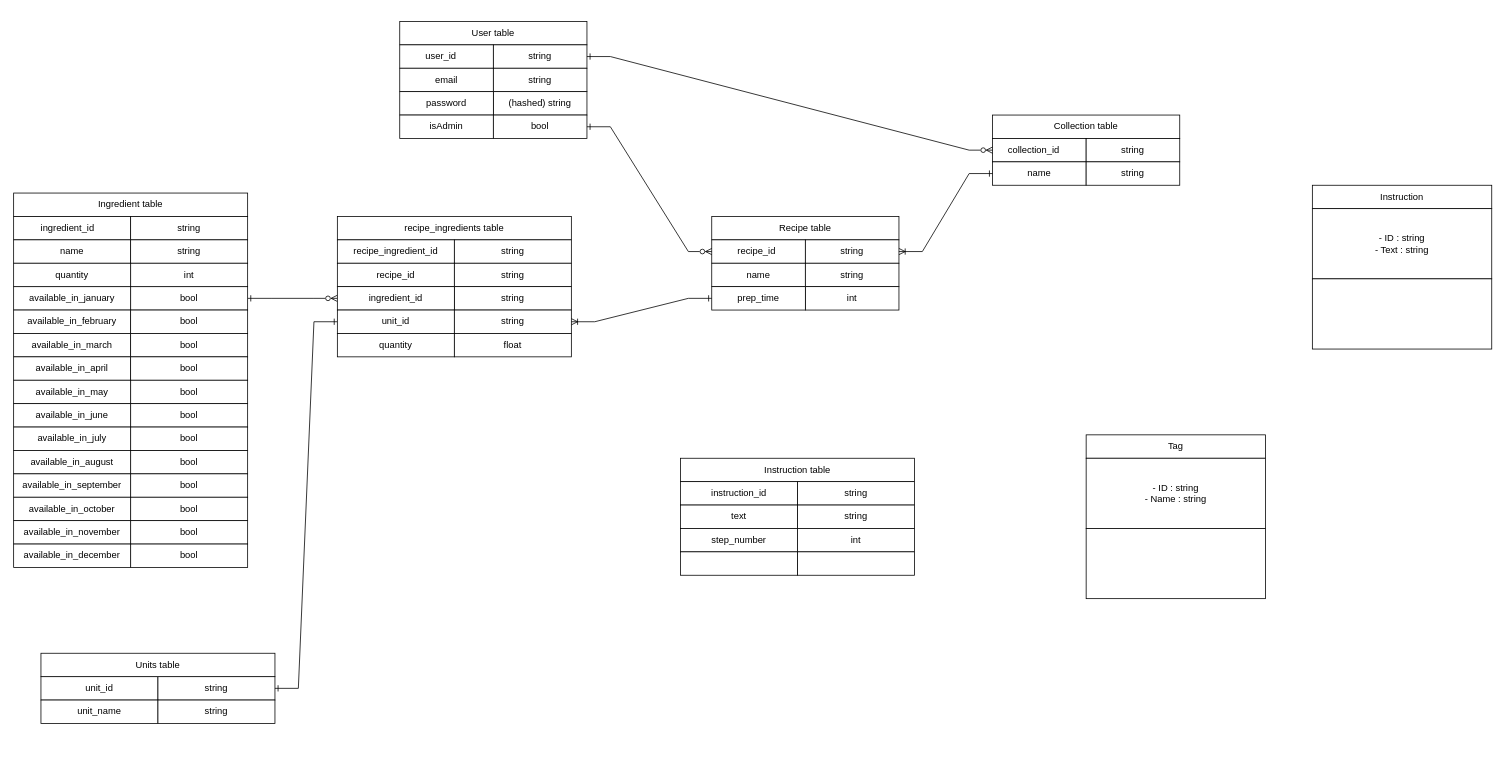
This is part3/5_components_-_classes_-_database_design/ERDiagram.drawio from jmitchell35/holbertonschool-portfolio_project, a draw.io file, before an edit. Source tidied: cells renumbered, new cells numbered last; positions are measured from the earlier drawing's top-left corner, leaving out a move shared by most shapes. Both pictures are drawn from the tidied source at 78%, with x=0, y=0 at pixel (13, 13).
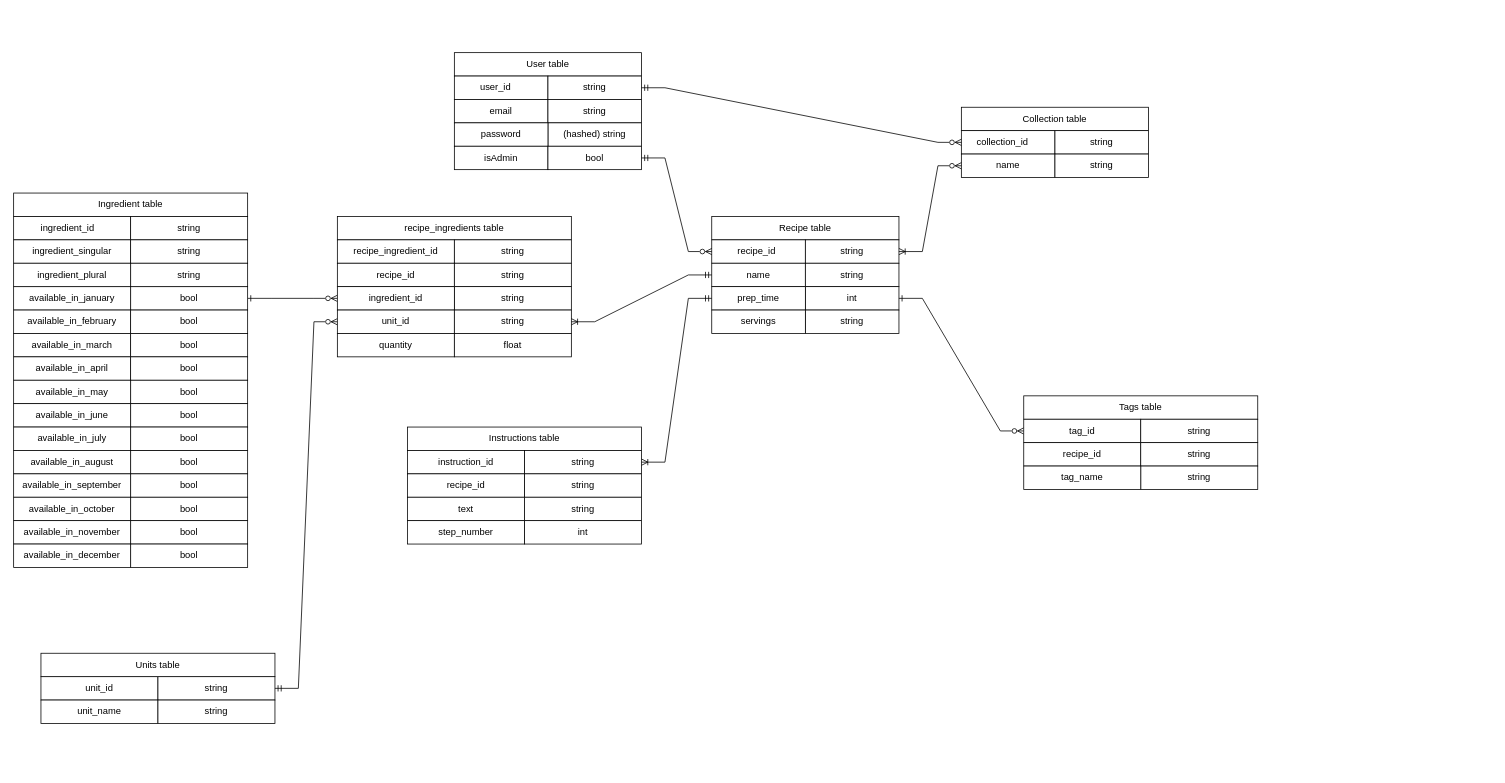
The same page after the edit.

Unchanged cells that the change refers to:
```xml
<mxCell id="15" value="string" style="rounded=0;whiteSpace=wrap;html=1;" parent="12" vertex="1">
  <mxGeometry x="20" y="40" width="120" height="30" as="geometry" />
</mxCell>
<mxCell id="21" value="bool" style="rounded=0;whiteSpace=wrap;html=1;" parent="12" vertex="1">
  <mxGeometry x="20" y="130" width="120" height="30" as="geometry" />
</mxCell>
<mxCell id="24" value="collection_id&lt;span style=&quot;white-space: pre;&quot;&gt;&#9;&lt;/span&gt;" style="rounded=0;whiteSpace=wrap;html=1;" parent="22" vertex="1">
  <mxGeometry y="30" width="120" height="30" as="geometry" />
</mxCell>
<mxCell id="26" value="name" style="rounded=0;whiteSpace=wrap;html=1;" parent="22" vertex="1">
  <mxGeometry y="60" width="120" height="30" as="geometry" />
</mxCell>
<mxCell id="29" style="group;" parent="1" vertex="1">
  <mxGeometry x="895" y="260" width="240" height="210" as="geometry" />
</mxCell>
<mxCell id="31" value="recipe_id&lt;span style=&quot;white-space: pre;&quot;&gt;&#9;&lt;/span&gt;" style="rounded=0;whiteSpace=wrap;html=1;" parent="29" vertex="1">
  <mxGeometry y="30" width="120" height="30" as="geometry" />
</mxCell>
<mxCell id="32" value="string" style="rounded=0;whiteSpace=wrap;html=1;" parent="29" vertex="1">
  <mxGeometry x="120" y="30" width="120" height="30" as="geometry" />
</mxCell>
<mxCell id="33" value="name" style="rounded=0;whiteSpace=wrap;html=1;" parent="29" vertex="1">
  <mxGeometry y="60" width="120" height="30" as="geometry" />
</mxCell>
<mxCell id="35" value="int" style="rounded=0;whiteSpace=wrap;html=1;" parent="29" vertex="1">
  <mxGeometry x="120" y="90" width="120" height="30" as="geometry" />
</mxCell>
<mxCell id="36" value="prep_time" style="rounded=0;whiteSpace=wrap;html=1;" parent="29" vertex="1">
  <mxGeometry y="90" width="120" height="30" as="geometry" />
</mxCell>
<mxCell id="43" value="string" style="rounded=0;whiteSpace=wrap;html=1;" parent="40" vertex="1">
  <mxGeometry x="150" y="30" width="150" height="30" as="geometry" />
</mxCell>
<mxCell id="52" value="string" style="rounded=0;whiteSpace=wrap;html=1;" parent="50" vertex="1">
  <mxGeometry x="150" y="30" width="150" height="30" as="geometry" />
</mxCell>
<mxCell id="65" value="unit_id" style="rounded=0;whiteSpace=wrap;html=1;" parent="57" vertex="1">
  <mxGeometry y="120" width="150" height="30" as="geometry" />
</mxCell>
<mxCell id="66" value="string" style="rounded=0;whiteSpace=wrap;html=1;" parent="57" vertex="1">
  <mxGeometry x="150" y="120" width="150" height="30" as="geometry" />
</mxCell>
<mxCell id="67" style="group;" parent="1" vertex="1">
  <mxGeometry y="230" width="300" height="480" as="geometry" />
</mxCell>
```

The edit, as a diff of the source:
```diff
@@
-    <mxCell id="2" style="group;" parent="1" vertex="1">
-      <mxGeometry x="1375" y="540" width="230" height="210" as="geometry" />
-    </mxCell>
-    <mxCell id="3" style="edgeStyle=orthogonalEdgeStyle;rounded=0;jettySize=auto;html=1;" parent="2" edge="1" source="4">
-      <mxGeometry relative="1" as="geometry">
-        <mxPoint x="115" y="120" as="targetPoint" />
-      </mxGeometry>
-    </mxCell>
-    <mxCell id="4" value="Tag" style="rounded=0;whiteSpace=wrap;html=1;" parent="2" vertex="1">
-      <mxGeometry width="230" height="30" as="geometry" />
-    </mxCell>
-    <mxCell id="5" value="&lt;div&gt;- ID : string&lt;/div&gt;&lt;div&gt;- Name : string&lt;/div&gt;" style="rounded=0;whiteSpace=wrap;html=1;" parent="2" vertex="1">
-      <mxGeometry y="30" width="230" height="90" as="geometry" />
-    </mxCell>
-    <mxCell id="6" style="rounded=0;whiteSpace=wrap;html=1;" parent="2" vertex="1">
-      <mxGeometry y="120" width="230" height="90" as="geometry" />
-    </mxCell>
-    <mxCell id="7" style="group;" parent="1" vertex="1">
-      <mxGeometry x="1665" y="220" width="230" height="210" as="geometry" />
-    </mxCell>
-    <mxCell id="8" style="edgeStyle=orthogonalEdgeStyle;rounded=0;jettySize=auto;html=1;" parent="7" edge="1" source="9">
-      <mxGeometry relative="1" as="geometry">
-        <mxPoint x="115" y="120" as="targetPoint" />
-      </mxGeometry>
-    </mxCell>
-    <mxCell id="9" value="Instruction" style="rounded=0;whiteSpace=wrap;html=1;" parent="7" vertex="1">
-      <mxGeometry width="230" height="30" as="geometry" />
-    </mxCell>
-    <mxCell id="10" value="&lt;div&gt;- ID : string&lt;/div&gt;&lt;div&gt;- Text : string&lt;/div&gt;" style="rounded=0;whiteSpace=wrap;html=1;" parent="7" vertex="1">
-      <mxGeometry y="30" width="230" height="90" as="geometry" />
-    </mxCell>
-    <mxCell id="11" style="rounded=0;whiteSpace=wrap;html=1;" parent="7" vertex="1">
-      <mxGeometry y="120" width="230" height="90" as="geometry" />
-    </mxCell>
     <mxCell id="12" style="group;" parent="1" vertex="1">
-      <mxGeometry x="595" width="240" height="210" as="geometry" />
+      <mxGeometry x="665" y="40" width="240" height="210" as="geometry" />
     </mxCell>
@@
     <mxCell id="22" style="group;" parent="1" vertex="1">
-      <mxGeometry x="1255" y="130" width="240" height="377" as="geometry" />
+      <mxGeometry x="1215" y="120" width="240" height="377" as="geometry" />
     </mxCell>
@@
-    <mxCell id="28" style="edgeStyle=entityRelationEdgeStyle;fontSize=12;html=1;endArrow=ERzeroToMany;rounded=0;exitX=1;exitY=0.5;exitDx=0;exitDy=0;entryX=0;entryY=0.5;entryDx=0;entryDy=0;startArrow=ERone;startFill=0;endFill=0;" parent="1" edge="1" source="15" target="24">
+    <mxCell id="28" style="edgeStyle=entityRelationEdgeStyle;fontSize=12;html=1;endArrow=ERzeroToMany;rounded=0;exitX=1;exitY=0.5;exitDx=0;exitDy=0;entryX=0;entryY=0.5;entryDx=0;entryDy=0;startArrow=ERmandOne;startFill=0;endFill=0;" parent="1" edge="1" source="15" target="24">
       <mxGeometry relative="1" as="geometry" />
     </mxCell>
@@
+    <mxCell id="102" value="string" style="rounded=0;whiteSpace=wrap;html=1;" parent="29" vertex="1">
+      <mxGeometry x="120" y="120" width="120" height="30" as="geometry" />
+    </mxCell>
+    <mxCell id="103" value="servings" style="rounded=0;whiteSpace=wrap;html=1;" parent="29" vertex="1">
+      <mxGeometry y="120" width="120" height="30" as="geometry" />
+    </mxCell>
-    <mxCell id="37" style="edgeStyle=entityRelationEdgeStyle;fontSize=12;html=1;endArrow=ERoneToMany;rounded=0;exitX=0;exitY=0.5;exitDx=0;exitDy=0;entryX=1;entryY=0.5;entryDx=0;entryDy=0;startArrow=ERone;startFill=0;" parent="1" edge="1" source="26" target="32">
+    <mxCell id="37" style="edgeStyle=entityRelationEdgeStyle;fontSize=12;html=1;endArrow=ERoneToMany;rounded=0;exitX=0;exitY=0.5;exitDx=0;exitDy=0;entryX=1;entryY=0.5;entryDx=0;entryDy=0;startArrow=ERzeroToMany;startFill=0;endFill=0;" parent="1" edge="1" source="26" target="32">
       <mxGeometry relative="1" as="geometry" />
     </mxCell>
-    <mxCell id="38" style="edgeStyle=entityRelationEdgeStyle;fontSize=12;html=1;endArrow=ERzeroToMany;rounded=0;exitX=1;exitY=0.5;exitDx=0;exitDy=0;entryX=0;entryY=0.5;entryDx=0;entryDy=0;startArrow=ERone;startFill=0;endFill=0;" parent="1" edge="1" source="21" target="31">
+    <mxCell id="38" style="edgeStyle=entityRelationEdgeStyle;fontSize=12;html=1;endArrow=ERzeroToMany;rounded=0;exitX=1;exitY=0.5;exitDx=0;exitDy=0;entryX=0;entryY=0.5;entryDx=0;entryDy=0;startArrow=ERmandOne;startFill=0;endFill=0;" parent="1" edge="1" source="21" target="31">
       <mxGeometry relative="1" as="geometry" />
     </mxCell>
@@
     <mxCell id="40" style="group;" parent="1" vertex="1">
-      <mxGeometry x="855" y="570" width="300" height="150" as="geometry" />
+      <mxGeometry x="505" y="530" width="300" height="150" as="geometry" />
     </mxCell>
-    <mxCell id="41" value="Instruction table" style="rounded=0;whiteSpace=wrap;html=1;" parent="40" vertex="1">
+    <mxCell id="41" value="Instructions table" style="rounded=0;whiteSpace=wrap;html=1;" parent="40" vertex="1">
       <mxGeometry width="300" height="30" as="geometry" />
     </mxCell>
@@
-    <mxCell id="44" value="text" style="rounded=0;whiteSpace=wrap;html=1;" parent="40" vertex="1">
+    <mxCell id="44" value="recipe_id" style="rounded=0;whiteSpace=wrap;html=1;" parent="40" vertex="1">
       <mxGeometry y="60" width="150" height="30" as="geometry" />
     </mxCell>
@@
-    <mxCell id="46" value="int" style="rounded=0;whiteSpace=wrap;html=1;" parent="40" vertex="1">
+    <mxCell id="46" value="string" style="rounded=0;whiteSpace=wrap;html=1;" parent="40" vertex="1">
       <mxGeometry x="150" y="90" width="150" height="30" as="geometry" />
     </mxCell>
-    <mxCell id="47" value="step_number" style="rounded=0;whiteSpace=wrap;html=1;" parent="40" vertex="1">
+    <mxCell id="47" value="text" style="rounded=0;whiteSpace=wrap;html=1;" parent="40" vertex="1">
       <mxGeometry y="90" width="150" height="30" as="geometry" />
     </mxCell>
-    <mxCell id="48" style="rounded=0;whiteSpace=wrap;html=1;" parent="40" vertex="1">
+    <mxCell id="48" value="step_number" style="rounded=0;whiteSpace=wrap;html=1;" parent="40" vertex="1">
       <mxGeometry y="120" width="150" height="30" as="geometry" />
     </mxCell>
-    <mxCell id="49" style="rounded=0;whiteSpace=wrap;html=1;" parent="40" vertex="1">
+    <mxCell id="49" value="int" style="rounded=0;whiteSpace=wrap;html=1;" parent="40" vertex="1">
       <mxGeometry x="150" y="120" width="150" height="30" as="geometry" />
     </mxCell>
@@
-    <mxCell id="56" style="edgeStyle=entityRelationEdgeStyle;fontSize=12;html=1;endArrow=ERone;rounded=0;exitX=0;exitY=0.5;exitDx=0;exitDy=0;entryX=1;entryY=0.5;entryDx=0;entryDy=0;startFill=0;endFill=0;startArrow=ERone;" parent="1" edge="1" source="65" target="52">
+    <mxCell id="56" style="edgeStyle=entityRelationEdgeStyle;fontSize=12;html=1;endArrow=ERmandOne;rounded=0;exitX=0;exitY=0.5;exitDx=0;exitDy=0;entryX=1;entryY=0.5;entryDx=0;entryDy=0;startFill=0;endFill=0;startArrow=ERzeroToMany;" parent="1" edge="1" source="65" target="52">
       <mxGeometry relative="1" as="geometry" />
     </mxCell>
@@
-    <mxCell id="71" value="name" style="rounded=0;whiteSpace=wrap;html=1;" parent="67" vertex="1">
+    <mxCell id="71" value="ingredient_singular" style="rounded=0;whiteSpace=wrap;html=1;" parent="67" vertex="1">
       <mxGeometry y="60" width="150" height="30" as="geometry" />
     </mxCell>
@@
-    <mxCell id="97" value="int" style="rounded=0;whiteSpace=wrap;html=1;" parent="67" vertex="1">
-      <mxGeometry x="150" y="90" width="150" height="30" as="geometry" />
-    </mxCell>
-    <mxCell id="98" value="quantity" style="rounded=0;whiteSpace=wrap;html=1;" parent="67" vertex="1">
-      <mxGeometry y="90" width="150" height="30" as="geometry" />
-    </mxCell>
+    <mxCell id="104" value="string" style="rounded=0;whiteSpace=wrap;html=1;" parent="67" vertex="1">
+      <mxGeometry x="150" y="90" width="150" height="30" as="geometry" />
+    </mxCell>
+    <mxCell id="105" value="ingredient_plural" style="rounded=0;whiteSpace=wrap;html=1;" parent="67" vertex="1">
+      <mxGeometry y="90" width="150" height="30" as="geometry" />
+    </mxCell>
@@
-    <mxCell id="101" style="edgeStyle=entityRelationEdgeStyle;rounded=0;jettySize=auto;html=1;exitX=0;exitY=0.5;exitDx=0;exitDy=0;entryX=1;entryY=0.5;entryDx=0;entryDy=0;endArrow=ERoneToMany;endFill=0;startArrow=ERone;startFill=0;" parent="1" edge="1" source="36" target="66">
+    <mxCell id="101" style="edgeStyle=entityRelationEdgeStyle;rounded=0;jettySize=auto;html=1;exitX=0;exitY=0.5;exitDx=0;exitDy=0;entryX=1;entryY=0.5;entryDx=0;entryDy=0;endArrow=ERoneToMany;endFill=0;startArrow=ERmandOne;startFill=0;" parent="1" edge="1" source="33" target="66">
       <mxGeometry relative="1" as="geometry" />
     </mxCell>
+    <mxCell id="106" style="edgeStyle=entityRelationEdgeStyle;rounded=0;jettySize=auto;html=1;exitX=0;exitY=0.5;exitDx=0;exitDy=0;entryX=1;entryY=0.5;entryDx=0;entryDy=0;endArrow=ERoneToMany;endFill=0;startArrow=ERmandOne;startFill=0;" parent="1" edge="1" source="36" target="43">
+      <mxGeometry relative="1" as="geometry" />
+    </mxCell>
+    <mxCell id="107" style="edgeStyle=entityRelationEdgeStyle;rounded=0;jettySize=auto;html=1;exitX=1;exitY=0.5;exitDx=0;exitDy=0;entryX=0;entryY=0.5;entryDx=0;entryDy=0;startArrow=ERone;startFill=0;endArrow=ERzeroToMany;endFill=0;" parent="1" edge="1" source="35" target="110">
+      <mxGeometry relative="1" as="geometry" />
+    </mxCell>
+    <mxCell id="108" style="group;" parent="1" vertex="1">
+      <mxGeometry x="1295" y="490" width="300" height="150" as="geometry" />
+    </mxCell>
+    <mxCell id="109" value="Tags table" style="rounded=0;whiteSpace=wrap;html=1;" parent="108" vertex="1">
+      <mxGeometry width="300" height="30" as="geometry" />
+    </mxCell>
+    <mxCell id="110" value="tag_id" style="rounded=0;whiteSpace=wrap;html=1;" parent="108" vertex="1">
+      <mxGeometry y="30" width="150" height="30" as="geometry" />
+    </mxCell>
+    <mxCell id="111" value="string" style="rounded=0;whiteSpace=wrap;html=1;" parent="108" vertex="1">
+      <mxGeometry x="150" y="30" width="150" height="30" as="geometry" />
+    </mxCell>
+    <mxCell id="112" value="recipe_id" style="rounded=0;whiteSpace=wrap;html=1;" parent="108" vertex="1">
+      <mxGeometry y="60" width="150" height="30" as="geometry" />
+    </mxCell>
+    <mxCell id="113" value="string" style="rounded=0;whiteSpace=wrap;html=1;" parent="108" vertex="1">
+      <mxGeometry x="150" y="60" width="150" height="30" as="geometry" />
+    </mxCell>
+    <mxCell id="114" value="string" style="rounded=0;whiteSpace=wrap;html=1;" parent="108" vertex="1">
+      <mxGeometry x="150" y="90" width="150" height="30" as="geometry" />
+    </mxCell>
+    <mxCell id="115" value="tag_name" style="rounded=0;whiteSpace=wrap;html=1;" parent="108" vertex="1">
+      <mxGeometry y="90" width="150" height="30" as="geometry" />
+    </mxCell>
```
